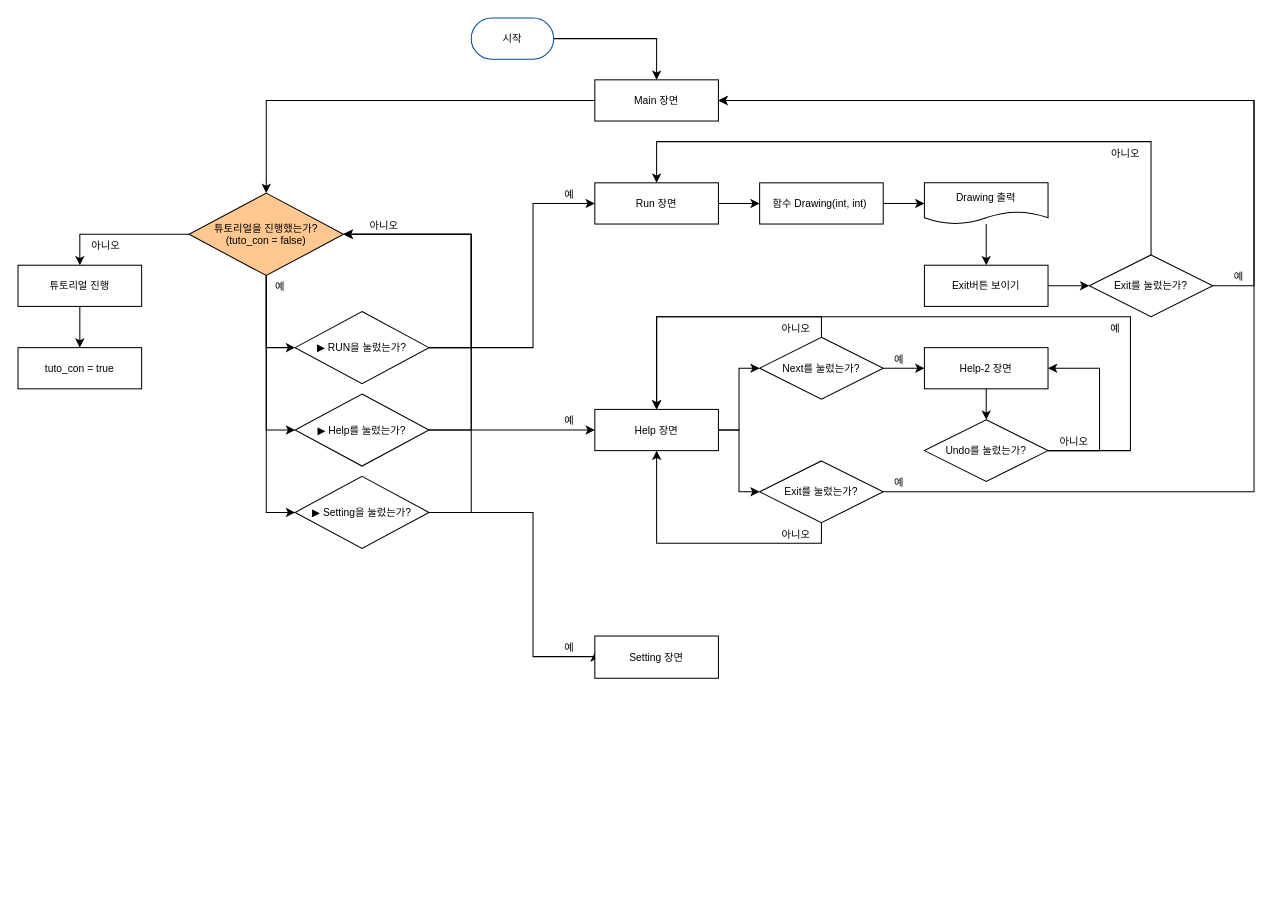
This is AngleFunction_Circle.drawio from Applepie072/Draw.io, a draw.io file, before an edit. Source tidied: cells renumbered, new cells numbered last; positions are measured from the earlier drawing's top-left corner, leaving out a move shared by most shapes. Both pictures are drawn from the tidied source at 103%, with x=0, y=0 at pixel (18, 18).
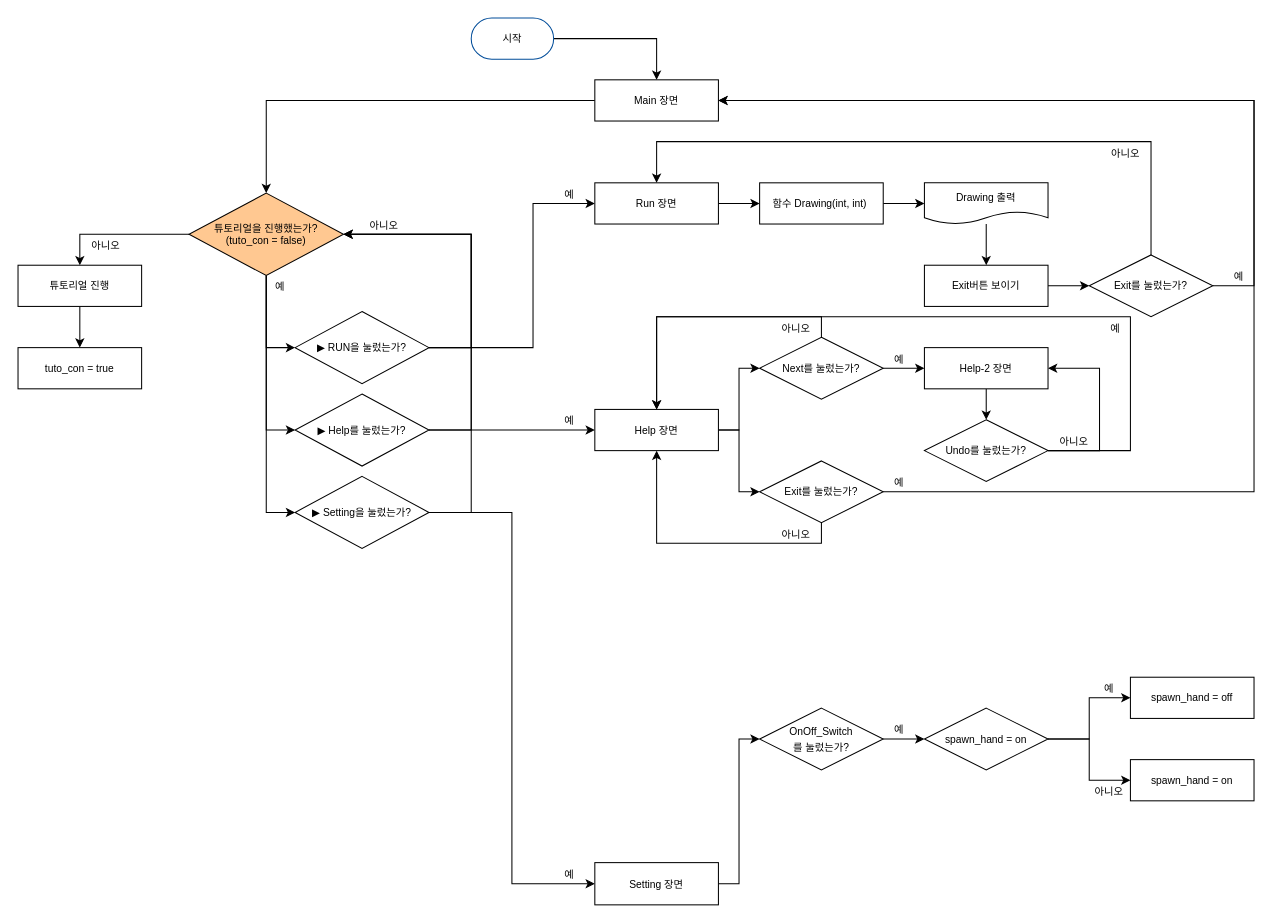
Above is the later version.

The change refers to these unchanged cells:
```xml
<mxCell id="21" value="&lt;font style=&quot;font-size: 10px; line-height: 1.2;&quot;&gt;▶ Setting을 눌렀는가?&lt;/font&gt;" style="rhombus;whiteSpace=wrap;html=1;fontSize=10;" parent="1" vertex="1">
  <mxGeometry x="269" y="445" width="130" height="70" as="geometry" />
</mxCell>
```

Diff of the diagram source:
```diff
@@
-    <mxCell id="19" style="edgeStyle=orthogonalEdgeStyle;rounded=0;orthogonalLoop=1;jettySize=auto;html=1;fontFamily=Tahoma;fontSize=10;" parent="1" edge="1">
-      <mxGeometry relative="1" as="geometry">
-        <mxPoint x="389.7" y="480" as="sourcePoint" />
-        <mxPoint x="560" y="616" as="targetPoint" />
-        <Array as="points">
-          <mxPoint x="500" y="480" />
-          <mxPoint x="500" y="620" />
-          <mxPoint x="560" y="620" />
-        </Array>
-      </mxGeometry>
-    </mxCell>
@@
+    <mxCell id="63" style="edgeStyle=orthogonalEdgeStyle;rounded=0;jettySize=auto;html=1;entryX=0;entryY=0.5;entryDx=0;entryDy=0;fontSize=10;" parent="1" edge="1" source="21" target="29">
+      <mxGeometry relative="1" as="geometry" />
+    </mxCell>
@@
+    <mxCell id="64" style="edgeStyle=orthogonalEdgeStyle;rounded=0;jettySize=auto;html=1;entryX=0;entryY=0.5;entryDx=0;entryDy=0;fontSize=10;" parent="1" edge="1" source="29" target="66">
+      <mxGeometry relative="1" as="geometry" />
+    </mxCell>
     <mxCell id="29" value="Setting 장면" style="whiteSpace=wrap;html=1;fontSize=10;" parent="1" vertex="1">
-      <mxGeometry x="560" y="600" width="120" height="41" as="geometry" />
+      <mxGeometry x="560" y="820" width="120" height="41" as="geometry" />
     </mxCell>
@@
     <mxCell id="32" value="예" style="text;html=1;align=center;verticalAlign=middle;strokeColor=none;fillColor=none;fontSize=10;fontFamily=Tahoma;" parent="1" vertex="1">
-      <mxGeometry x="520" y="600" width="30" height="20" as="geometry" />
+      <mxGeometry x="520" y="820" width="30" height="20" as="geometry" />
     </mxCell>
@@
+    <mxCell id="65" style="edgeStyle=orthogonalEdgeStyle;rounded=0;jettySize=auto;html=1;entryX=0;entryY=0.5;entryDx=0;entryDy=0;fontSize=10;" parent="1" edge="1" source="66" target="69">
+      <mxGeometry relative="1" as="geometry" />
+    </mxCell>
+    <mxCell id="66" value="&lt;font style=&quot;font-size: 10px;&quot;&gt;OnOff_Switch&lt;br&gt;를 눌렀는가?&lt;/font&gt;" style="rhombus;whiteSpace=wrap;html=1;" parent="1" vertex="1">
+      <mxGeometry x="720" y="670" width="120" height="60" as="geometry" />
+    </mxCell>
+    <mxCell id="67" style="edgeStyle=orthogonalEdgeStyle;rounded=0;jettySize=auto;html=1;entryX=0;entryY=0.5;entryDx=0;entryDy=0;fontSize=10;" parent="1" edge="1" source="69" target="70">
+      <mxGeometry relative="1" as="geometry" />
+    </mxCell>
+    <mxCell id="68" style="edgeStyle=orthogonalEdgeStyle;rounded=0;jettySize=auto;html=1;fontSize=10;" parent="1" edge="1" source="69" target="71">
+      <mxGeometry relative="1" as="geometry" />
+    </mxCell>
+    <mxCell id="69" value="&lt;span style=&quot;font-size: 10px;&quot;&gt;spawn_hand = on&lt;/span&gt;" style="rhombus;whiteSpace=wrap;html=1;" parent="1" vertex="1">
+      <mxGeometry x="880" y="670" width="120" height="60" as="geometry" />
+    </mxCell>
+    <mxCell id="70" value="&lt;font style=&quot;font-size: 10px;&quot;&gt;spawn_hand = off&lt;/font&gt;" style="whiteSpace=wrap;html=1;" parent="1" vertex="1">
+      <mxGeometry x="1080" y="640" width="120" height="40" as="geometry" />
+    </mxCell>
+    <mxCell id="71" value="&lt;font style=&quot;font-size: 10px;&quot;&gt;spawn_hand = on&lt;/font&gt;" style="whiteSpace=wrap;html=1;" parent="1" vertex="1">
+      <mxGeometry x="1080" y="720" width="120" height="40" as="geometry" />
+    </mxCell>
+    <mxCell id="72" value="예" style="text;html=1;align=center;verticalAlign=middle;strokeColor=none;fillColor=none;fontSize=10;fontFamily=Tahoma;" parent="1" vertex="1">
+      <mxGeometry x="1044" y="640" width="30" height="20" as="geometry" />
+    </mxCell>
+    <mxCell id="73" value="아니오" style="text;html=1;align=center;verticalAlign=middle;strokeColor=none;fillColor=none;fontSize=10;fontFamily=Tahoma;" parent="1" vertex="1">
+      <mxGeometry x="1034" y="740" width="50" height="20" as="geometry" />
+    </mxCell>
+    <mxCell id="74" value="예" style="text;html=1;align=center;verticalAlign=middle;strokeColor=none;fillColor=none;fontSize=10;fontFamily=Tahoma;" parent="1" vertex="1">
+      <mxGeometry x="840" y="680" width="30" height="20" as="geometry" />
+    </mxCell>
```
